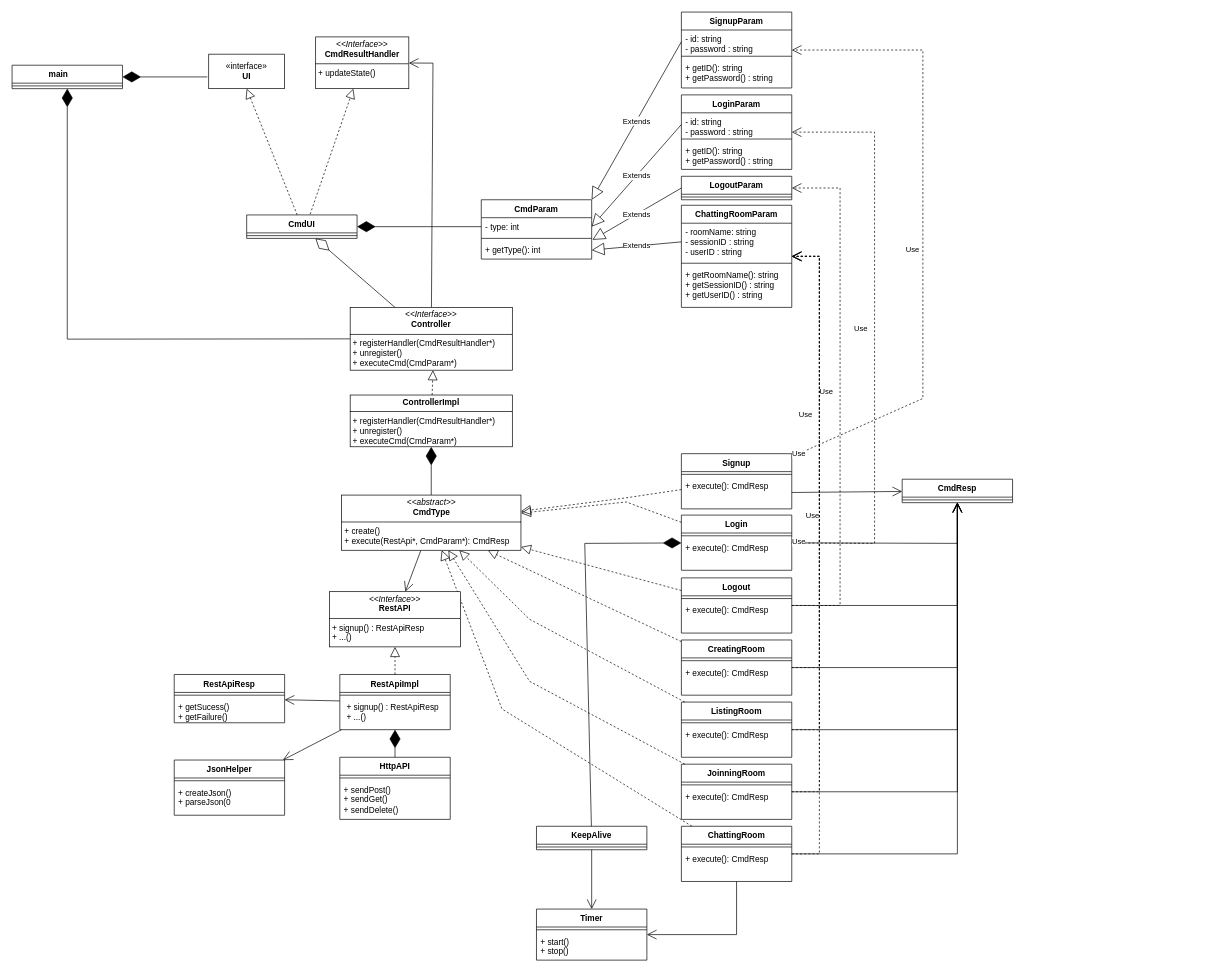
The draw.io diagram class_layout.drawio in 2JuneKim/TeamProject, before the edit. Source tidied: cells renumbered, new cells numbered last; positions are measured from the earlier drawing's top-left corner, leaving out a move shared by most shapes. Both pictures are drawn from the tidied source at 69%, with x=0, y=0 at pixel (12, 12).
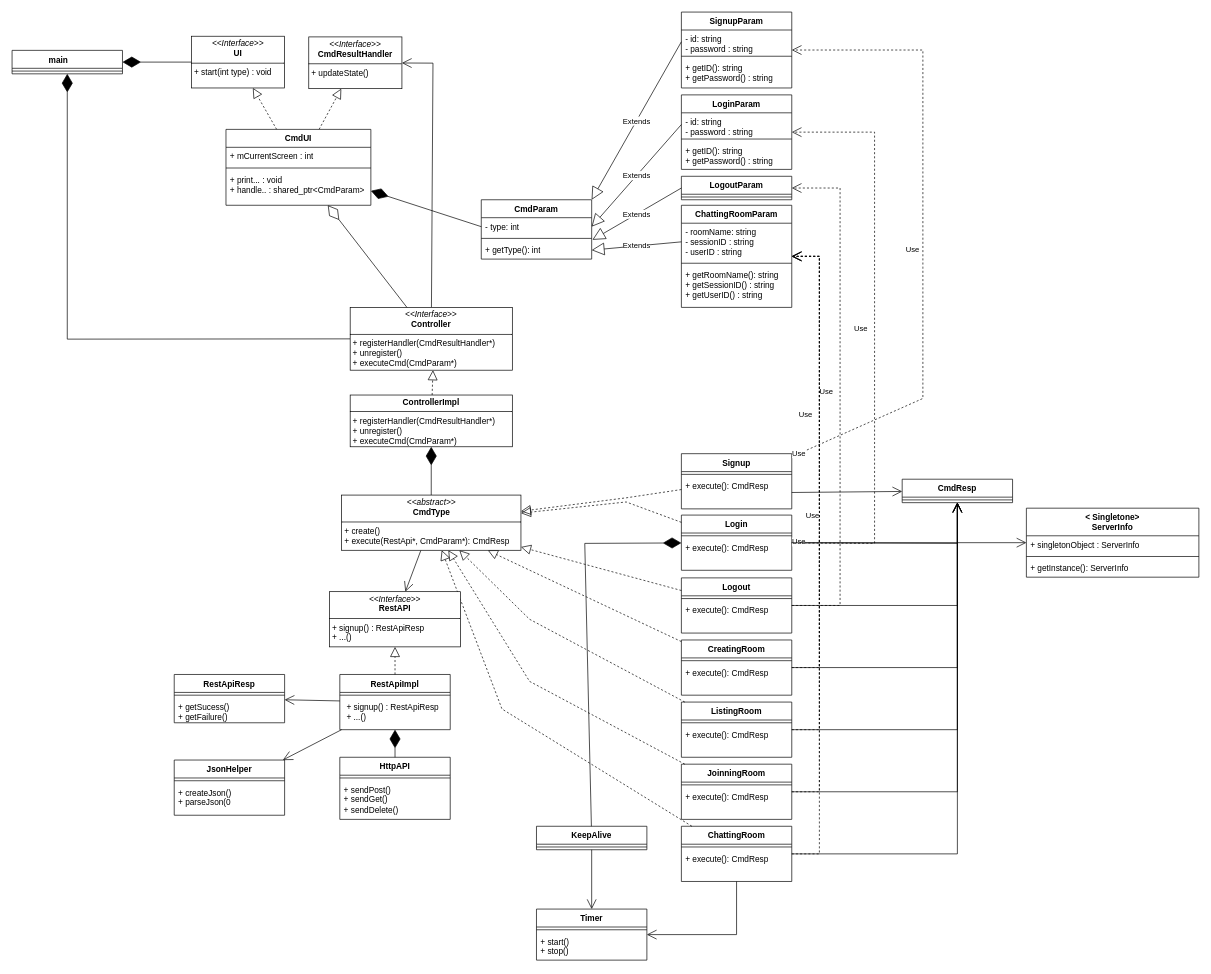
The same diagram, later.

The change refers to these unchanged cells:
```xml
<mxCell id="26" value="- type: int" style="text;strokeColor=none;fillColor=none;align=left;verticalAlign=top;spacingLeft=4;spacingRight=4;overflow=hidden;points=[[0,0.5],[1,0.5]];portConstraint=eastwest;whiteSpace=wrap;html=1;" parent="25" vertex="1">
  <mxGeometry y="26" width="160" height="26" as="geometry" />
</mxCell>
<mxCell id="42" value="Login" style="swimlane;fontStyle=1;align=center;verticalAlign=top;horizontal=1;startSize=26;whiteSpace=wrap;html=1;" parent="1" vertex="1">
  <mxGeometry x="970" y="729" width="160" height="80" as="geometry" />
</mxCell>
```

The edit, as a diff of the source:
```diff
@@
     <mxCell id="2" value="main&lt;span style=&quot;white-space: pre;&quot;&gt;&#9;&lt;/span&gt;" style="swimlane;fontStyle=1;align=center;verticalAlign=top;horizontal=1;startSize=26;whiteSpace=wrap;html=1;" parent="1" vertex="1">
-      <mxGeometry y="77" width="160" height="34" as="geometry" />
+      <mxGeometry y="55.5" width="160" height="34" as="geometry" />
     </mxCell>
@@
-    <mxCell id="4" value="«interface»&lt;br&gt;&lt;b&gt;UI&lt;/b&gt;" style="html=1;whiteSpace=wrap;" parent="1" vertex="1">
-      <mxGeometry x="285" y="61" width="110" height="50" as="geometry" />
-    </mxCell>
-    <mxCell id="5" value="CmdUI" style="swimlane;fontStyle=1;align=center;verticalAlign=top;horizontal=1;startSize=26;whiteSpace=wrap;html=1;" parent="1" vertex="1">
-      <mxGeometry x="340" y="294" width="160" height="34" as="geometry" />
-    </mxCell>
-    <mxCell id="6" style="line;strokeWidth=1;fillColor=none;align=left;verticalAlign=middle;spacingTop=-1;spacingLeft=3;spacingRight=3;labelPosition=right;strokeColor=inherit;" parent="5" vertex="1">
-      <mxGeometry y="26" width="160" height="8" as="geometry" />
-    </mxCell>
-    <mxCell id="7" style="endArrow=block;dashed=1;endFill=0;endSize=12;html=1;rounded=0;entryX=0.5;entryY=1;entryDx=0;entryDy=0;" parent="1" edge="1" source="5" target="4">
+    <mxCell id="7" style="endArrow=block;dashed=1;endFill=0;endSize=12;html=1;rounded=0;" parent="1" edge="1" source="5" target="115">
       <mxGeometry relative="1" as="geometry" />
     </mxCell>
-    <mxCell id="8" style="endArrow=diamondThin;endFill=1;endSize=24;html=1;rounded=0;entryX=1;entryY=0.5;entryDx=0;entryDy=0;" parent="1" edge="1" target="2">
-      <mxGeometry relative="1" as="geometry">
-        <mxPoint x="283" y="94" as="sourcePoint" />
-      </mxGeometry>
+    <mxCell id="8" style="endArrow=diamondThin;endFill=1;endSize=24;html=1;rounded=0;entryX=1;entryY=0.5;entryDx=0;entryDy=0;" parent="1" edge="1" source="115" target="2">
+      <mxGeometry relative="1" as="geometry" />
     </mxCell>
@@
-    <mxCell id="10" style="endArrow=block;dashed=1;endFill=0;endSize=12;html=1;rounded=0;exitX=0.575;exitY=-0.033;exitDx=0;exitDy=0;exitPerimeter=0;" parent="1" edge="1" source="5" target="106">
+    <mxCell id="10" style="endArrow=block;dashed=1;endFill=0;endSize=12;html=1;rounded=0;" parent="1" edge="1" source="5" target="106">
       <mxGeometry relative="1" as="geometry" />
     </mxCell>
@@
-    <mxCell id="29" style="endArrow=diamondThin;endFill=1;endSize=24;html=1;rounded=0;exitX=0;exitY=0.5;exitDx=0;exitDy=0;entryX=1;entryY=0.5;entryDx=0;entryDy=0;" parent="1" edge="1" source="26" target="5">
+    <mxCell id="29" style="endArrow=diamondThin;endFill=1;endSize=24;html=1;rounded=0;exitX=0;exitY=0.5;exitDx=0;exitDy=0;" parent="1" edge="1" source="26" target="5">
       <mxGeometry relative="1" as="geometry" />
     </mxCell>
@@
     <mxCell id="106" value="&lt;p style=&quot;margin:0px;margin-top:4px;text-align:center;&quot;&gt;&lt;i&gt;&amp;lt;&amp;lt;Interface&amp;gt;&amp;gt;&lt;/i&gt;&lt;br&gt;&lt;b&gt;CmdResultHandler&lt;/b&gt;&lt;/p&gt;&lt;hr size=&quot;1&quot; style=&quot;border-style:solid;&quot;&gt;&lt;p style=&quot;margin:0px;margin-left:4px;&quot;&gt;+ updateState()&lt;br&gt;&lt;/p&gt;" style="verticalAlign=top;align=left;overflow=fill;html=1;whiteSpace=wrap;" parent="1" vertex="1">
-      <mxGeometry x="440" y="36" width="135" height="75" as="geometry" />
+      <mxGeometry x="430" y="36" width="135" height="75" as="geometry" />
     </mxCell>
@@
+    <mxCell id="5" value="CmdUI" style="swimlane;fontStyle=1;align=center;verticalAlign=top;horizontal=1;startSize=26;whiteSpace=wrap;html=1;" parent="1" vertex="1">
+      <mxGeometry x="310" y="170" width="210" height="110" as="geometry" />
+    </mxCell>
+    <mxCell id="112" value="+ mCurrentScreen : int" style="text;strokeColor=none;fillColor=none;align=left;verticalAlign=top;spacingLeft=4;spacingRight=4;overflow=hidden;whiteSpace=wrap;html=1;" parent="5" vertex="1">
+      <mxGeometry y="26" width="210" height="26" as="geometry" />
+    </mxCell>
+    <mxCell id="113" style="line;strokeWidth=1;fillColor=none;align=left;verticalAlign=middle;spacingTop=-1;spacingLeft=3;spacingRight=3;labelPosition=right;strokeColor=inherit;" parent="5" vertex="1">
+      <mxGeometry y="52" width="210" height="8" as="geometry" />
+    </mxCell>
+    <mxCell id="114" value="+ print... : void&lt;div&gt;+ handle.. : shared_ptr&amp;lt;CmdParam&amp;gt;&lt;/div&gt;" style="text;strokeColor=none;fillColor=none;align=left;verticalAlign=top;spacingLeft=4;spacingRight=4;overflow=hidden;whiteSpace=wrap;html=1;" parent="5" vertex="1">
+      <mxGeometry y="60" width="210" height="50" as="geometry" />
+    </mxCell>
+    <mxCell id="115" value="&lt;p style=&quot;margin:0px;margin-top:4px;text-align:center;&quot;&gt;&lt;i&gt;&amp;lt;&amp;lt;Interface&amp;gt;&amp;gt;&lt;/i&gt;&lt;br&gt;&lt;b&gt;UI&lt;/b&gt;&lt;/p&gt;&lt;hr size=&quot;1&quot; style=&quot;border-style:solid;&quot;&gt;&lt;p style=&quot;margin:0px;margin-left:4px;&quot;&gt;+ start(int type) : void&lt;br&gt;&lt;/p&gt;" style="verticalAlign=top;align=left;overflow=fill;html=1;whiteSpace=wrap;" parent="1" vertex="1">
+      <mxGeometry x="260" y="35" width="135" height="75" as="geometry" />
+    </mxCell>
+    <mxCell id="116" value="&amp;lt; Singletone&amp;gt;&lt;br&gt;ServerInfo" style="swimlane;fontStyle=1;align=center;verticalAlign=top;horizontal=1;startSize=40;whiteSpace=wrap;html=1;" parent="1" vertex="1">
+      <mxGeometry x="1470" y="719" width="250" height="100" as="geometry" />
+    </mxCell>
+    <mxCell id="117" value="+ singletonObject : ServerInfo" style="text;strokeColor=none;fillColor=none;align=left;verticalAlign=top;spacingLeft=4;spacingRight=4;overflow=hidden;whiteSpace=wrap;html=1;" parent="116" vertex="1">
+      <mxGeometry y="40" width="250" height="26" as="geometry" />
+    </mxCell>
+    <mxCell id="118" style="line;strokeWidth=1;fillColor=none;align=left;verticalAlign=middle;spacingTop=-1;spacingLeft=3;spacingRight=3;labelPosition=right;strokeColor=inherit;" parent="116" vertex="1">
+      <mxGeometry y="66" width="250" height="8" as="geometry" />
+    </mxCell>
+    <mxCell id="119" value="+ getInstance(): ServerInfo" style="text;strokeColor=none;fillColor=none;align=left;verticalAlign=top;spacingLeft=4;spacingRight=4;overflow=hidden;whiteSpace=wrap;html=1;" parent="116" vertex="1">
+      <mxGeometry y="74" width="250" height="26" as="geometry" />
+    </mxCell>
+    <mxCell id="120" style="endArrow=open;endFill=1;endSize=12;html=1;rounded=0;" parent="1" edge="1" source="42" target="116">
+      <mxGeometry relative="1" as="geometry" />
+    </mxCell>
```
